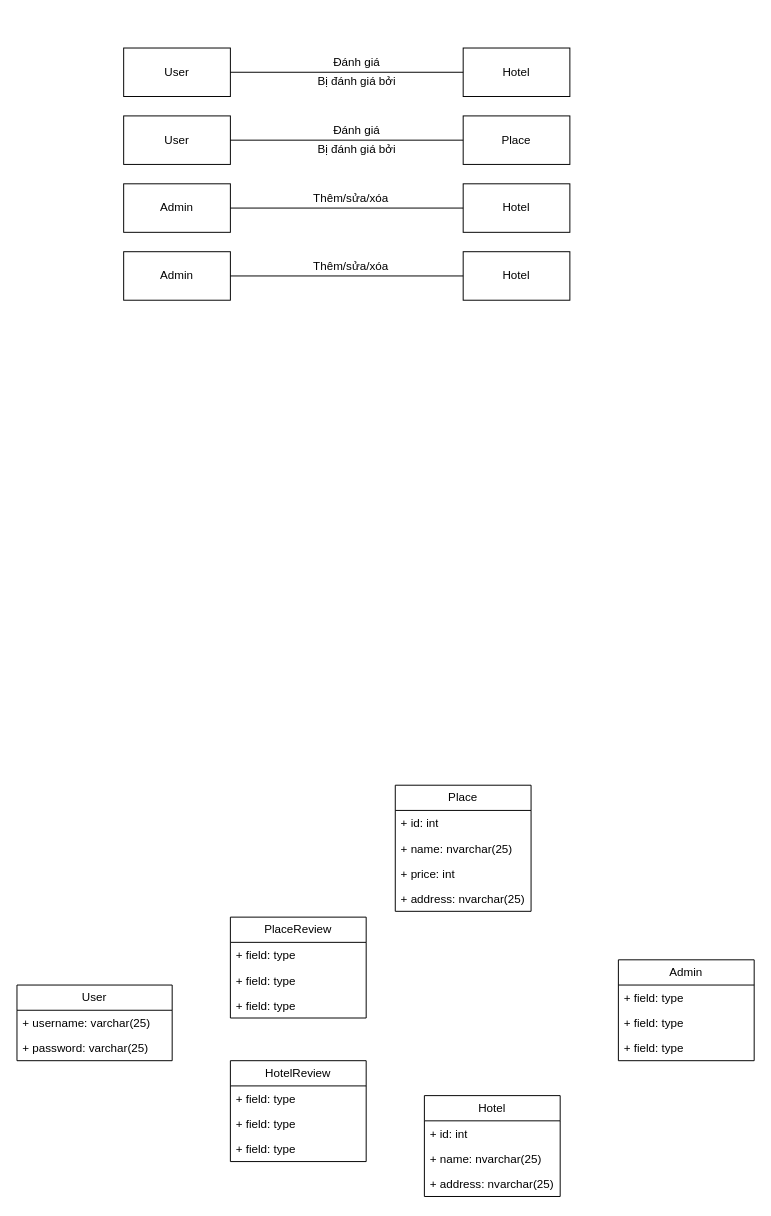
nth2312/WebDA keeps this draw.io diagram as Design/ClassDiagram.drawio. Above is the earlier version. Source tidied: cells renumbered, new cells numbered last; positions are measured from the earlier drawing's top-left corner, leaving out a move shared by most shapes. Both pictures are drawn from the tidied source at 97%, with x=0, y=0 at pixel (16, 48).
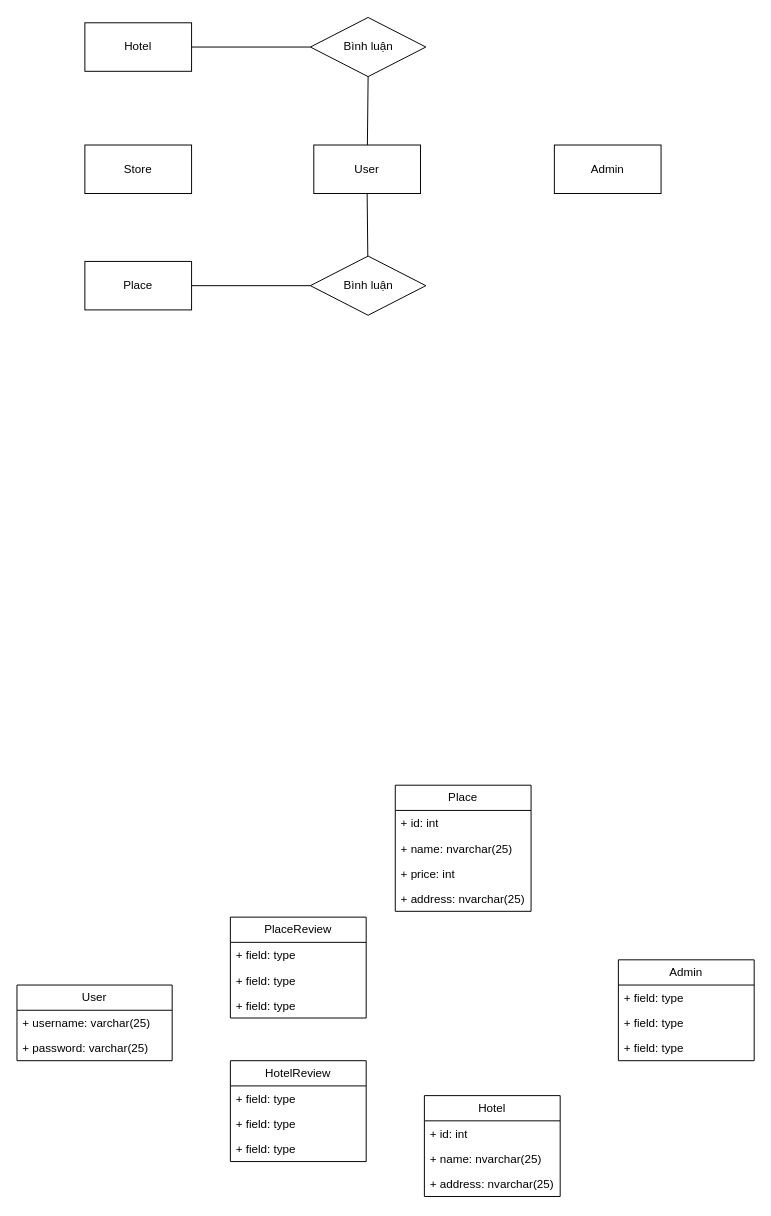
Above is the later version.

Diff of the diagram source:
```diff
@@
     <mxCell id="26" value="User" style="html=1;whiteSpace=wrap;" parent="1" vertex="1">
-      <mxGeometry x="110" width="110" height="50" as="geometry" />
+      <mxGeometry x="306" y="100" width="110" height="50" as="geometry" />
     </mxCell>
-    <mxCell id="27" value="Hotel" style="html=1;whiteSpace=wrap;" parent="1" vertex="1">
-      <mxGeometry x="460" width="110" height="50" as="geometry" />
-    </mxCell>
-    <mxCell id="28" style="endArrow=none;html=1;rounded=0;exitX=1;exitY=0.5;exitDx=0;exitDy=0;entryX=0;entryY=0.5;entryDx=0;entryDy=0;" parent="1" edge="1" source="26" target="27">
-      <mxGeometry relative="1" as="geometry" />
-    </mxCell>
-    <mxCell id="29" value="Đánh giá" style="text;html=1;align=center;verticalAlign=middle;strokeColor=none;fillColor=none;" parent="1" vertex="1">
-      <mxGeometry x="315" width="70" height="30" as="geometry" />
-    </mxCell>
-    <mxCell id="30" value="Bị đánh giá bởi" style="text;html=1;align=center;verticalAlign=middle;strokeColor=none;fillColor=none;" parent="1" vertex="1">
-      <mxGeometry x="300" y="20" width="100" height="30" as="geometry" />
-    </mxCell>
-    <mxCell id="31" value="User" style="html=1;whiteSpace=wrap;" parent="1" vertex="1">
-      <mxGeometry x="110" y="70" width="110" height="50" as="geometry" />
-    </mxCell>
     <mxCell id="32" value="Place" style="html=1;whiteSpace=wrap;" parent="1" vertex="1">
-      <mxGeometry x="460" y="70" width="110" height="50" as="geometry" />
+      <mxGeometry x="70" y="220" width="110" height="50" as="geometry" />
     </mxCell>
-    <mxCell id="33" style="endArrow=none;html=1;rounded=0;exitX=1;exitY=0.5;exitDx=0;exitDy=0;entryX=0;entryY=0.5;entryDx=0;entryDy=0;" parent="1" edge="1" source="31" target="32">
-      <mxGeometry relative="1" as="geometry" />
-    </mxCell>
-    <mxCell id="34" value="Đánh giá" style="text;html=1;align=center;verticalAlign=middle;strokeColor=none;fillColor=none;" parent="1" vertex="1">
-      <mxGeometry x="315" y="70" width="70" height="30" as="geometry" />
-    </mxCell>
-    <mxCell id="35" value="Bị đánh giá bởi" style="text;html=1;align=center;verticalAlign=middle;strokeColor=none;fillColor=none;" parent="1" vertex="1">
-      <mxGeometry x="300" y="90" width="100" height="30" as="geometry" />
-    </mxCell>
     <mxCell id="36" value="Admin" style="html=1;whiteSpace=wrap;" parent="1" vertex="1">
-      <mxGeometry x="110" y="140" width="110" height="50" as="geometry" />
+      <mxGeometry x="554" y="100" width="110" height="50" as="geometry" />
     </mxCell>
-    <mxCell id="37" value="Hotel" style="html=1;whiteSpace=wrap;" parent="1" vertex="1">
-      <mxGeometry x="460" y="140" width="110" height="50" as="geometry" />
-    </mxCell>
-    <mxCell id="38" style="endArrow=none;html=1;rounded=0;exitX=1;exitY=0.5;exitDx=0;exitDy=0;entryX=0;entryY=0.5;entryDx=0;entryDy=0;" parent="1" edge="1" source="36" target="37">
-      <mxGeometry relative="1" as="geometry" />
-    </mxCell>
-    <mxCell id="39" value="Thêm/sửa/xóa" style="text;html=1;align=center;verticalAlign=middle;strokeColor=none;fillColor=none;" parent="1" vertex="1">
-      <mxGeometry x="294" y="140" width="100" height="30" as="geometry" />
-    </mxCell>
-    <mxCell id="40" value="Admin" style="html=1;whiteSpace=wrap;" parent="1" vertex="1">
-      <mxGeometry x="110" y="210" width="110" height="50" as="geometry" />
-    </mxCell>
     <mxCell id="41" value="Hotel" style="html=1;whiteSpace=wrap;" parent="1" vertex="1">
-      <mxGeometry x="460" y="210" width="110" height="50" as="geometry" />
+      <mxGeometry x="70" y="-26" width="110" height="50" as="geometry" />
     </mxCell>
-    <mxCell id="42" style="endArrow=none;html=1;rounded=0;exitX=1;exitY=0.5;exitDx=0;exitDy=0;entryX=0;entryY=0.5;entryDx=0;entryDy=0;" parent="1" edge="1" source="40" target="41">
-      <mxGeometry relative="1" as="geometry" />
-    </mxCell>
-    <mxCell id="43" value="Thêm/sửa/xóa" style="text;html=1;align=center;verticalAlign=middle;strokeColor=none;fillColor=none;" parent="1" vertex="1">
-      <mxGeometry x="294" y="210" width="100" height="30" as="geometry" />
-    </mxCell>
+    <mxCell id="44" value="Store" style="html=1;whiteSpace=wrap;" parent="1" vertex="1">
+      <mxGeometry x="70" y="100" width="110" height="50" as="geometry" />
+    </mxCell>
+    <mxCell id="45" value="Bình luận" style="rhombus;whiteSpace=wrap;html=1;" parent="1" vertex="1">
+      <mxGeometry x="302.5" y="-31.5" width="119" height="61" as="geometry" />
+    </mxCell>
+    <mxCell id="46" value="Bình luận" style="rhombus;whiteSpace=wrap;html=1;" parent="1" vertex="1">
+      <mxGeometry x="302.5" y="214.5" width="119" height="61" as="geometry" />
+    </mxCell>
+    <mxCell id="47" style="endArrow=none;html=1;rounded=0;exitX=1;exitY=0.5;exitDx=0;exitDy=0;entryX=0;entryY=0.5;entryDx=0;entryDy=0;" parent="1" edge="1" source="41" target="45">
+      <mxGeometry relative="1" as="geometry" />
+    </mxCell>
+    <mxCell id="48" style="endArrow=none;html=1;rounded=0;entryX=0.5;entryY=1;entryDx=0;entryDy=0;" parent="1" edge="1" source="26" target="45">
+      <mxGeometry relative="1" as="geometry" />
+    </mxCell>
+    <mxCell id="49" style="endArrow=none;html=1;rounded=0;entryX=0.5;entryY=1;entryDx=0;entryDy=0;" parent="1" edge="1" source="46" target="26">
+      <mxGeometry relative="1" as="geometry" />
+    </mxCell>
+    <mxCell id="50" style="endArrow=none;html=1;rounded=0;exitX=1;exitY=0.5;exitDx=0;exitDy=0;" parent="1" edge="1" source="32" target="46">
+      <mxGeometry relative="1" as="geometry" />
+    </mxCell>
```
